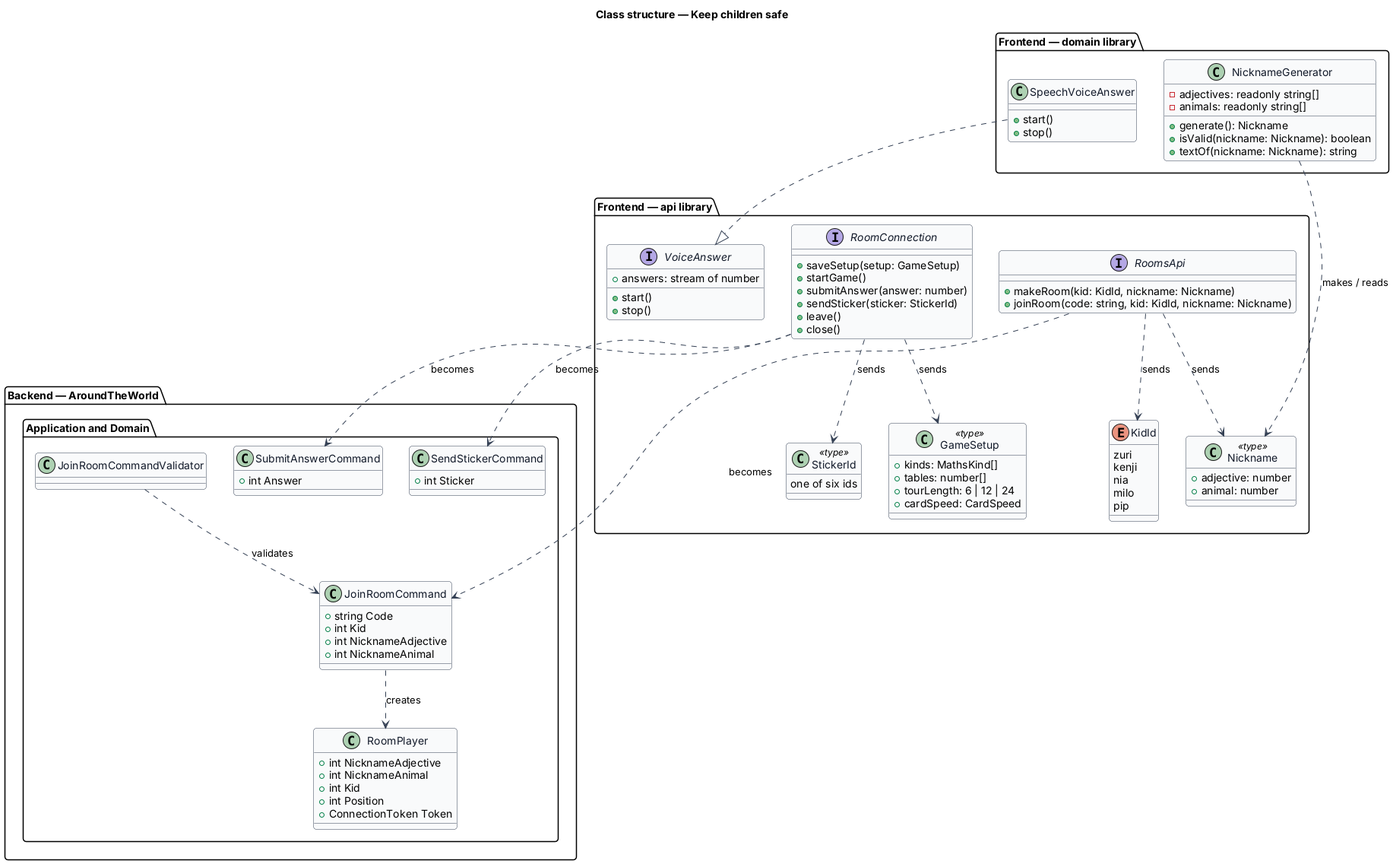
The PlantUML diagram docs/detailed-designs/platform/keep-children-safe/diagrams/class-structure.png in QuinntyneBrown/around-the-world, before a commit. Its source is kept beside it as docs/detailed-designs/platform/keep-children-safe/diagrams/class-structure.puml. Its diagram source:
```plantuml
@startuml
skinparam backgroundColor #FFFFFF
skinparam shadowing false
skinparam roundcorner 8
skinparam defaultFontName Arial
skinparam ArrowColor #344054
skinparam class {
  BorderColor #344054
  FontColor #101828
  BackgroundColor #F9FAFB
}
title Class structure — Keep children safe

package "Frontend — api library" {
  enum KidId {
    zuri
    kenji
    nia
    milo
    pip
  }
  class Nickname <<type>> {
    +adjective: number
    +animal: number
  }
  class StickerId <<type>> {
    one of six ids
  }
  class GameSetup <<type>> {
    +kinds: MathsKind[]
    +tables: number[]
    +tourLength: 6 | 12 | 24
    +cardSpeed: CardSpeed
  }
  interface RoomsApi {
    +makeRoom(kid: KidId, nickname: Nickname)
    +joinRoom(code: string, kid: KidId, nickname: Nickname)
  }
  interface RoomConnection {
    +saveSetup(setup: GameSetup)
    +startGame()
    +submitAnswer(answer: number)
    +sendSticker(sticker: StickerId)
    +leave()
    +close()
  }
  interface VoiceAnswer {
    +start()
    +stop()
    +answers: stream of number
  }
}
package "Frontend — domain library" {
  class NicknameGenerator {
    -adjectives: readonly string[]
    -animals: readonly string[]
    +generate(): Nickname
    +isValid(nickname: Nickname): boolean
    +textOf(nickname: Nickname): string
  }
  class SpeechVoiceAnswer {
    +start()
    +stop()
  }
}
package "Backend — AroundTheWorld.Application and Domain" {
  class JoinRoomCommand {
    +string Code
    +int Kid
    +int NicknameAdjective
    +int NicknameAnimal
  }
  class SubmitAnswerCommand {
    +int Answer
  }
  class SendStickerCommand {
    +int Sticker
  }
  class JoinRoomCommandValidator
  class RoomPlayer {
    +int NicknameAdjective
    +int NicknameAnimal
    +int Kid
    +int Position
    +ConnectionToken Token
  }
}
RoomsApi ..> Nickname : sends
RoomsApi ..> KidId : sends
RoomConnection ..> GameSetup : sends
RoomConnection ..> StickerId : sends
NicknameGenerator ..> Nickname : makes / reads
SpeechVoiceAnswer ..|> VoiceAnswer
RoomsApi ..> JoinRoomCommand : becomes
RoomConnection ..> SubmitAnswerCommand : becomes
RoomConnection ..> SendStickerCommand : becomes
JoinRoomCommandValidator ..> JoinRoomCommand : validates
JoinRoomCommand ..> RoomPlayer : creates
@enduml
```
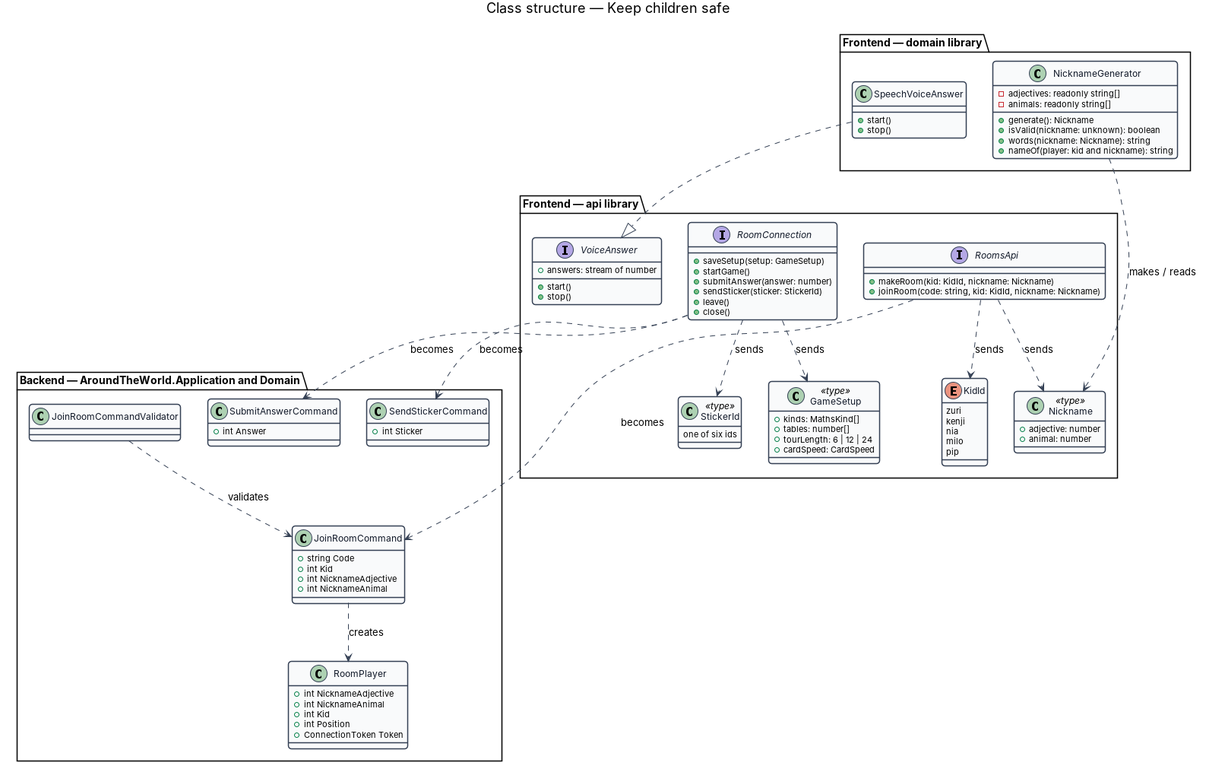
Above is the later version.

Commit message:
Keep children safe: the policy, the nickname that cannot be built, the audits (ADR 0040)

What changed in the source:
```diff
@@ -55,8 +55,9 @@
     -adjectives: readonly string[]
     -animals: readonly string[]
     +generate(): Nickname
-    +isValid(nickname: Nickname): boolean
-    +textOf(nickname: Nickname): string
+    +isValid(nickname: unknown): boolean
+    +words(nickname: Nickname): string
+    +nameOf(player: kid and nickname): string
   }
   class SpeechVoiceAnswer {
     +start()
```
